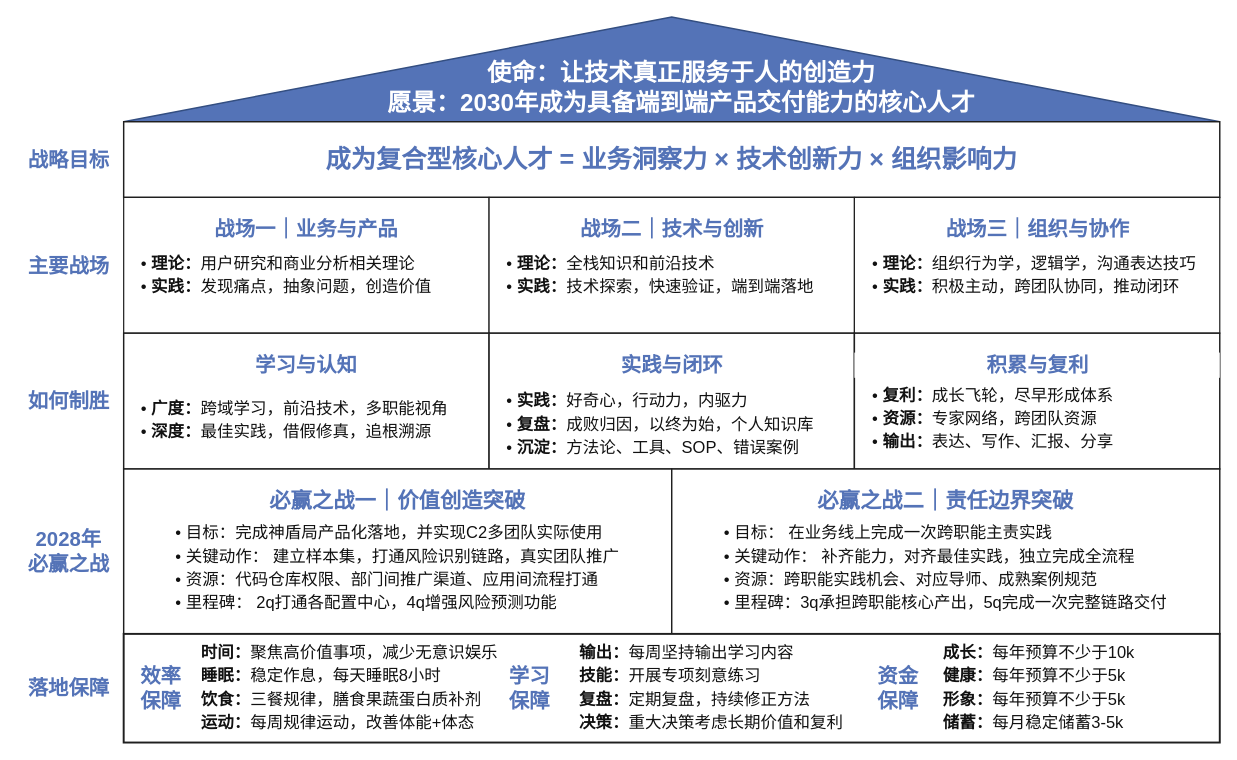
The draw.io diagram 个人战略屋模板.drawio in beauc114514/beauc114514, before the edit. Source tidied: cells renumbered, new cells numbered last; positions are measured from the earlier drawing's top-left corner, leaving out a move shared by most shapes. Both pictures are drawn from the tidied source at 97%, with x=0, y=0 at pixel (16, 16).
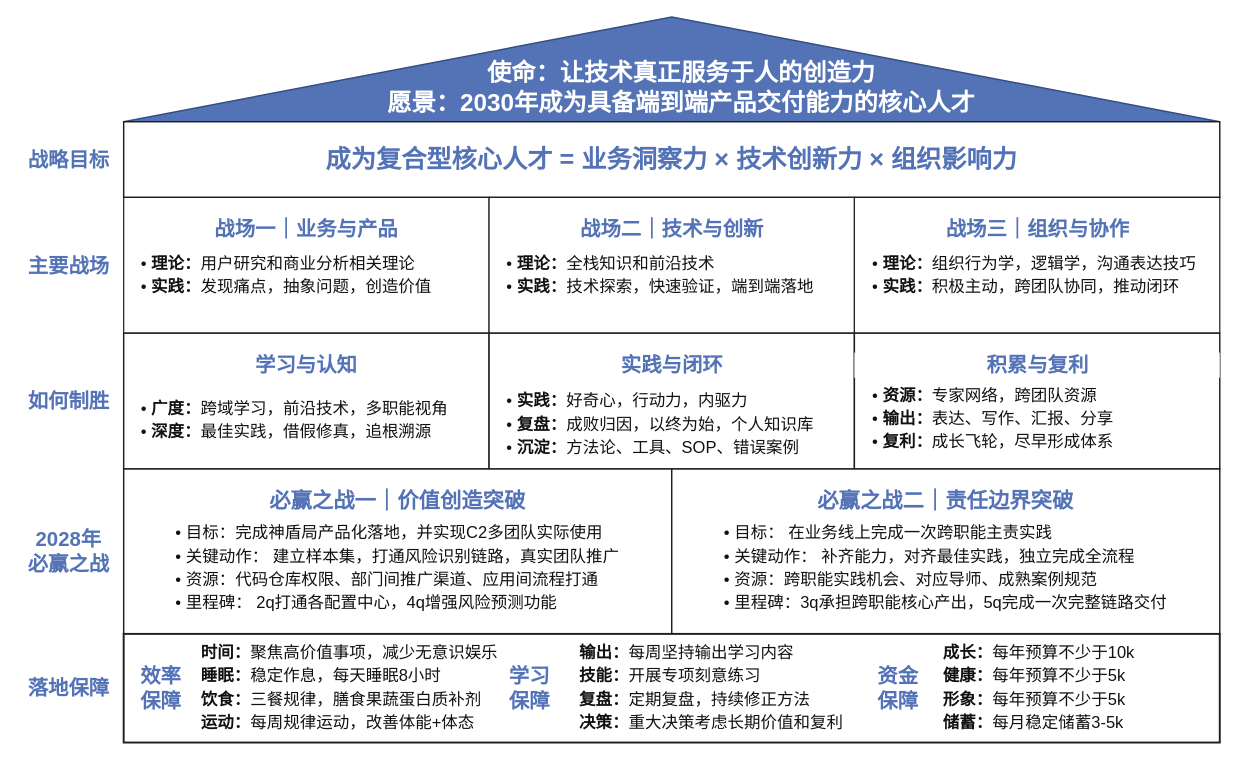
Above is the later version.

Commit message:
更新个人战略屋模板.drawio

Diff of the diagram source:
```diff
@@
-    <mxCell id="24" value="&lt;div style=&quot;font-size:17px;line-height:24px;&quot;&gt;• &lt;b&gt;复利：&lt;/b&gt;成长飞轮，尽早形成体系&lt;br&gt;• &lt;b&gt;资源：&lt;/b&gt;专家网络，跨团队资源&lt;br&gt;• &lt;b&gt;输出：&lt;/b&gt;表达、写作、汇报、分享&lt;/div&gt;" style="text;html=1;align=left;verticalAlign=top;spacing=0;strokeColor=none;fillColor=none;fontColor=#111111;fontFamily=PingFang SC;fontSize=17;" parent="1" vertex="1">
+    <mxCell id="24" value="&lt;div style=&quot;font-size:17px;line-height:24px;&quot;&gt;• &lt;b&gt;资源：&lt;/b&gt;专家网络，跨团队资源&lt;br&gt;• &lt;b&gt;输出：&lt;/b&gt;表达、写作、汇报、分享&lt;/div&gt;&lt;div style=&quot;font-size:17px;line-height:24px;&quot;&gt;• &lt;b&gt;复利：&lt;/b&gt;成长飞轮，尽早形成体系&lt;br&gt;&lt;/div&gt;" style="text;html=1;align=left;verticalAlign=top;spacing=0;strokeColor=none;fillColor=none;fontColor=#111111;fontFamily=PingFang SC;fontSize=17;" parent="1" vertex="1">
       <mxGeometry x="882" y="374" width="340" height="78" as="geometry" />
     </mxCell>
```
